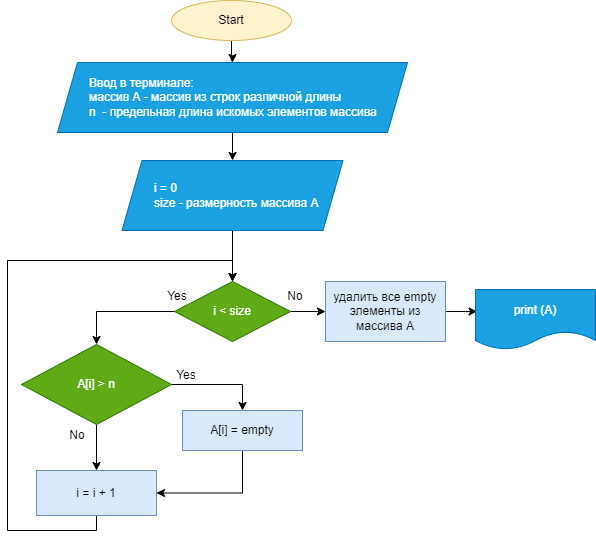
Above: FinalWork_I.png in zevina/final-work-I (draw.io), before the change. Source tidied: cells renumbered, new cells last; positions are measured from the earlier drawing's top-left corner, leaving out a move shared by most shapes.
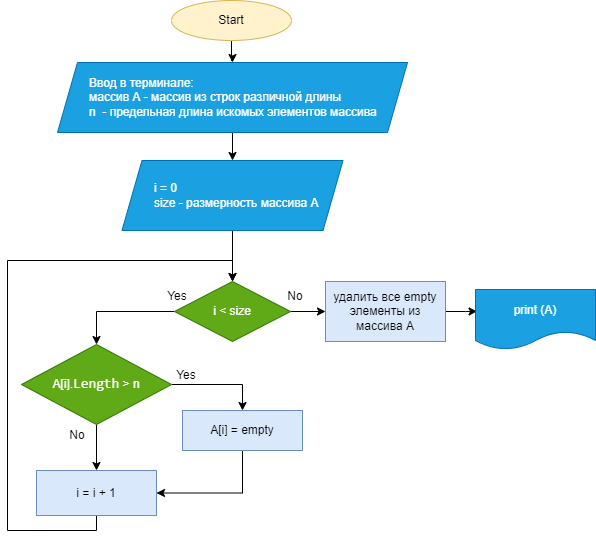
Later version of the same file.

What changed in the source:
```diff
@@ -20,7 +20,7 @@
     <mxCell id="7" style="edgeStyle=orthogonalEdgeStyle;rounded=0;jettySize=auto;html=1;exitX=0.5;exitY=1;exitDx=0;exitDy=0;entryX=0.5;entryY=0;entryDx=0;entryDy=0;" parent="1" edge="1" source="8" target="17">
       <mxGeometry relative="1" as="geometry" />
     </mxCell>
-    <mxCell id="8" value="A[i] &amp;gt; n" style="rhombus;whiteSpace=wrap;html=1;fillColor=#60a917;fontColor=#ffffff;strokeColor=#2D7600;" parent="1" vertex="1">
+    <mxCell id="8" value="A[i]&lt;font&gt;&lt;span style=&quot;&quot;&gt;.&lt;/span&gt;&lt;/font&gt;&lt;span style=&quot;font-family: Consolas, &amp;quot;Courier New&amp;quot;, monospace; font-size: 14px;&quot;&gt;Length&lt;/span&gt;&lt;span style=&quot;&quot;&gt;&amp;nbsp;&amp;gt; n&lt;/span&gt;" style="rhombus;whiteSpace=wrap;html=1;fillColor=#60a917;fontColor=#FFFFFF;strokeColor=#2D7600;labelBackgroundColor=none;" parent="1" vertex="1">
       <mxGeometry x="14" y="344" width="150" height="80" as="geometry" />
     </mxCell>
     <mxCell id="9" style="edgeStyle=orthogonalEdgeStyle;rounded=0;jettySize=auto;html=1;exitX=0.5;exitY=1;exitDx=0;exitDy=0;entryX=0.5;entryY=0;entryDx=0;entryDy=0;" parent="1" edge="1" source="10" target="13">
```
